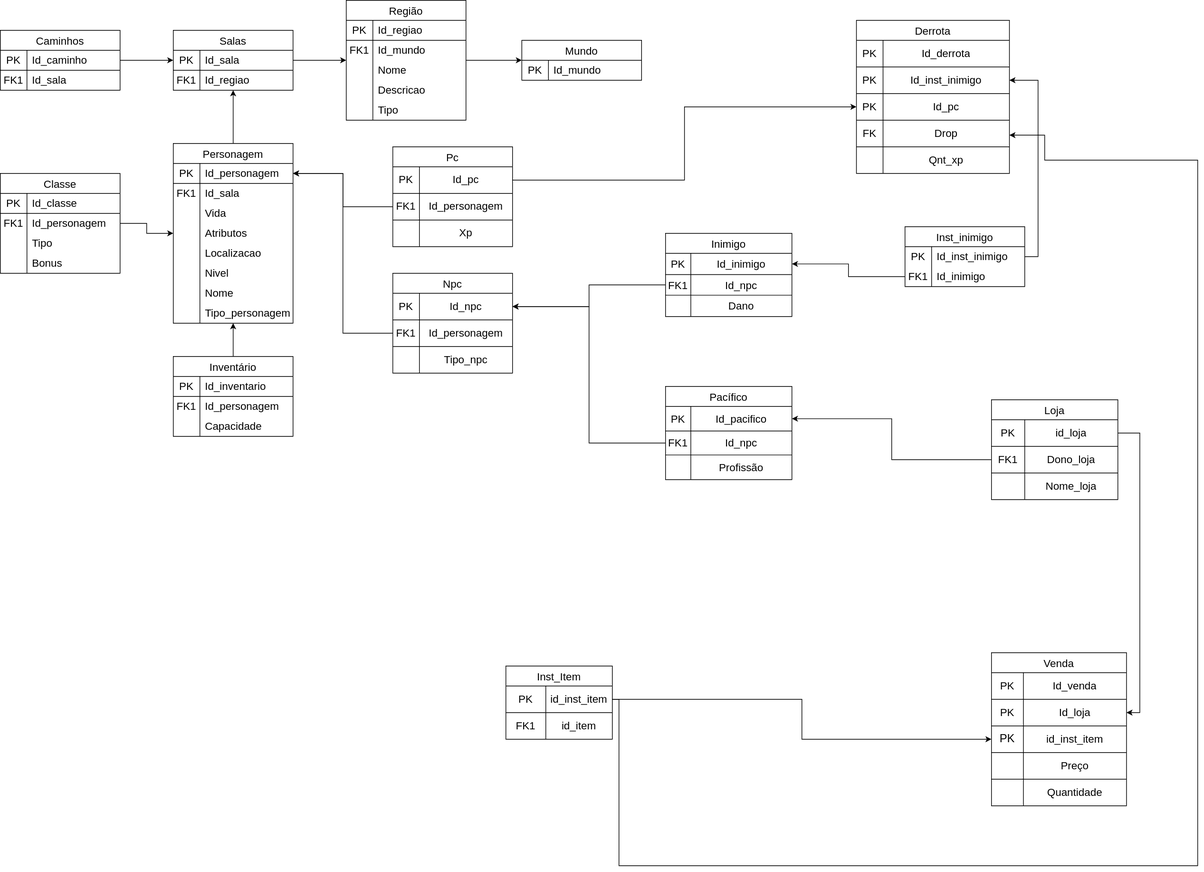
Before: docs/modulo_01/MER.drawio.svg, a diagram exported from draw.io (SBD1/2024.2-D-D-classico). Source tidied: cells renumbered, new cells last; positions are measured from the earlier drawing's top-left corner, leaving out a move shared by most shapes.
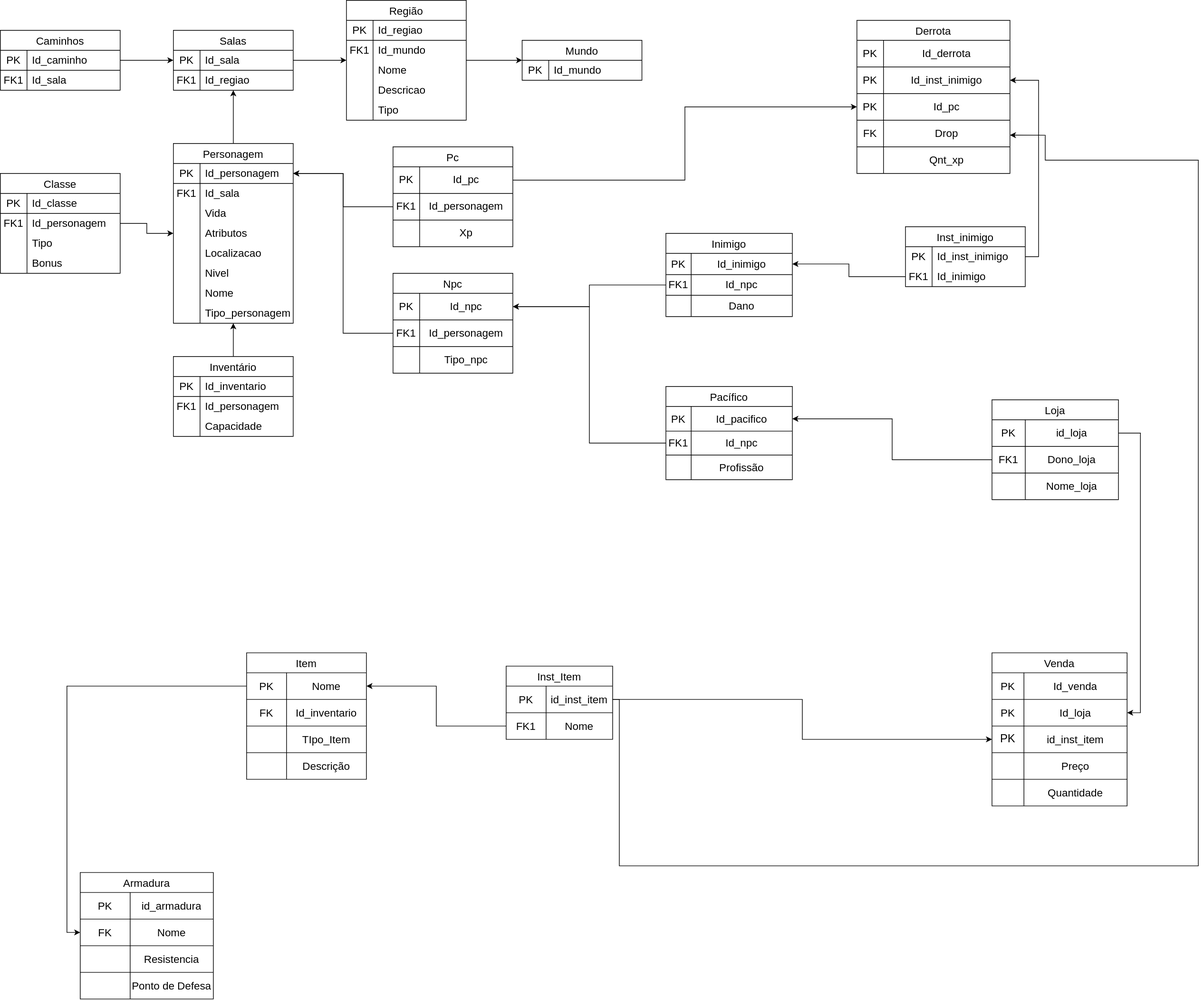
Later version of the same file.

Commit message:
Item tabela  MER.drawio.svg

The edit, as a diff of the source:
```diff
@@ -491,7 +491,7 @@
     <mxCell id="164" value="&lt;font style=&quot;font-size: 16px;&quot;&gt;FK1&lt;br&gt;&lt;/font&gt;" style="shape=partialRectangle;html=1;whiteSpace=wrap;strokeColor=inherit;overflow=hidden;fillColor=none;top=0;left=0;bottom=0;right=0;" parent="163" vertex="1">
       <mxGeometry width="60" height="40" as="geometry" />
     </mxCell>
-    <mxCell id="165" value="&lt;font style=&quot;font-size: 16px;&quot;&gt;id_item&lt;/font&gt;" style="shape=partialRectangle;html=1;whiteSpace=wrap;strokeColor=inherit;overflow=hidden;fillColor=none;top=0;left=0;bottom=0;right=0;" parent="163" vertex="1">
+    <mxCell id="165" value="&lt;font style=&quot;font-size: 16px;&quot;&gt;Nome&lt;br&gt;&lt;/font&gt;" style="shape=partialRectangle;html=1;whiteSpace=wrap;strokeColor=inherit;overflow=hidden;fillColor=none;top=0;left=0;bottom=0;right=0;" parent="163" vertex="1">
       <mxGeometry x="60" width="100" height="40" as="geometry" />
     </mxCell>
     <mxCell id="166" value="Venda" style="shape=table;startSize=30;fontSize=16;" parent="1" vertex="1">
@@ -614,5 +614,89 @@
         </Array>
       </mxGeometry>
     </mxCell>
+    <mxCell id="203" value="Item" style="shape=table;startSize=30;fontSize=16;" parent="1" vertex="1">
+      <mxGeometry x="370" y="980" width="180" height="190" as="geometry" />
+    </mxCell>
+    <mxCell id="204" style="shape=tableRow;horizontal=0;startSize=0;swimlaneHead=0;swimlaneBody=0;strokeColor=inherit;top=0;left=0;bottom=0;right=0;fillColor=none;points=[[0,0.5],[1,0.5]];portConstraint=eastwest;" parent="203" vertex="1">
+      <mxGeometry y="30" width="180" height="40" as="geometry" />
+    </mxCell>
+    <mxCell id="205" value="&lt;font style=&quot;font-size: 16px;&quot;&gt;PK&lt;/font&gt;" style="shape=partialRectangle;html=1;whiteSpace=wrap;strokeColor=inherit;overflow=hidden;fillColor=none;top=0;left=0;bottom=0;right=0;" parent="204" vertex="1">
+      <mxGeometry width="60" height="40" as="geometry" />
+    </mxCell>
+    <mxCell id="206" value="&lt;font style=&quot;font-size: 16px;&quot;&gt;Nome&lt;br&gt;&lt;/font&gt;" style="shape=partialRectangle;html=1;whiteSpace=wrap;strokeColor=inherit;overflow=hidden;fillColor=none;top=0;left=0;bottom=0;right=0;" parent="204" vertex="1">
+      <mxGeometry x="60" width="120" height="40" as="geometry" />
+    </mxCell>
+    <mxCell id="207" style="shape=tableRow;horizontal=0;startSize=0;swimlaneHead=0;swimlaneBody=0;strokeColor=inherit;top=0;left=0;bottom=0;right=0;fillColor=none;" parent="203" vertex="1">
+      <mxGeometry y="70" width="180" height="40" as="geometry" />
+    </mxCell>
+    <mxCell id="208" value="&lt;font style=&quot;font-size: 16px;&quot;&gt;FK&lt;/font&gt;" style="shape=partialRectangle;html=1;whiteSpace=wrap;strokeColor=inherit;overflow=hidden;fillColor=none;top=0;left=0;bottom=0;right=0;" parent="207" vertex="1">
+      <mxGeometry width="60" height="40" as="geometry" />
+    </mxCell>
+    <mxCell id="209" value="&lt;font style=&quot;font-size: 16px;&quot;&gt;Id_inventario&lt;/font&gt;" style="shape=partialRectangle;html=1;whiteSpace=wrap;strokeColor=inherit;overflow=hidden;fillColor=none;top=0;left=0;bottom=0;right=0;" parent="207" vertex="1">
+      <mxGeometry x="60" width="120" height="40" as="geometry" />
+    </mxCell>
+    <mxCell id="210" style="shape=tableRow;horizontal=0;startSize=0;swimlaneHead=0;swimlaneBody=0;strokeColor=inherit;top=0;left=0;bottom=0;right=0;fillColor=none;" parent="203" vertex="1">
+      <mxGeometry y="110" width="180" height="40" as="geometry" />
+    </mxCell>
+    <mxCell id="211" style="shape=partialRectangle;html=1;whiteSpace=wrap;strokeColor=inherit;overflow=hidden;fillColor=none;top=0;left=0;bottom=0;right=0;" parent="210" vertex="1">
+      <mxGeometry width="60" height="40" as="geometry" />
+    </mxCell>
+    <mxCell id="212" value="&lt;font style=&quot;font-size: 16px;&quot;&gt;TIpo_Item&lt;br&gt;&lt;/font&gt;" style="shape=partialRectangle;html=1;whiteSpace=wrap;strokeColor=inherit;overflow=hidden;fillColor=none;top=0;left=0;bottom=0;right=0;" parent="210" vertex="1">
+      <mxGeometry x="60" width="120" height="40" as="geometry" />
+    </mxCell>
+    <mxCell id="213" style="shape=tableRow;horizontal=0;startSize=0;swimlaneHead=0;swimlaneBody=0;strokeColor=inherit;top=0;left=0;bottom=0;right=0;fillColor=none;" parent="203" vertex="1">
+      <mxGeometry y="150" width="180" height="40" as="geometry" />
+    </mxCell>
+    <mxCell id="214" style="shape=partialRectangle;html=1;whiteSpace=wrap;strokeColor=inherit;overflow=hidden;fillColor=none;top=0;left=0;bottom=0;right=0;" parent="213" vertex="1">
+      <mxGeometry width="60" height="40" as="geometry" />
+    </mxCell>
+    <mxCell id="215" value="&lt;font style=&quot;font-size: 16px;&quot;&gt;Descrição&lt;/font&gt;" style="shape=partialRectangle;html=1;whiteSpace=wrap;strokeColor=inherit;overflow=hidden;fillColor=none;top=0;left=0;bottom=0;right=0;" parent="213" vertex="1">
+      <mxGeometry x="60" width="120" height="40" as="geometry" />
+    </mxCell>
+    <mxCell id="216" style="edgeStyle=orthogonalEdgeStyle;rounded=0;jettySize=auto;html=1;entryX=1;entryY=0.5;entryDx=0;entryDy=0;" parent="1" edge="1" source="163" target="204">
+      <mxGeometry relative="1" as="geometry" />
+    </mxCell>
+    <mxCell id="217" value="Armadura" style="shape=table;startSize=30;fontSize=16;" parent="1" vertex="1">
+      <mxGeometry x="120" y="1310" width="200" height="190" as="geometry" />
+    </mxCell>
+    <mxCell id="218" style="shape=tableRow;horizontal=0;startSize=0;swimlaneHead=0;swimlaneBody=0;strokeColor=inherit;top=0;left=0;bottom=0;right=0;fillColor=none;" parent="217" vertex="1">
+      <mxGeometry y="30" width="200" height="40" as="geometry" />
+    </mxCell>
+    <mxCell id="219" value="&lt;font style=&quot;font-size: 16px;&quot;&gt;PK&lt;/font&gt;" style="shape=partialRectangle;html=1;whiteSpace=wrap;strokeColor=inherit;overflow=hidden;fillColor=none;top=0;left=0;bottom=0;right=0;" parent="218" vertex="1">
+      <mxGeometry width="75" height="40" as="geometry" />
+    </mxCell>
+    <mxCell id="220" value="&lt;font style=&quot;font-size: 16px;&quot;&gt;id_armadura&lt;/font&gt;" style="shape=partialRectangle;html=1;whiteSpace=wrap;strokeColor=inherit;overflow=hidden;fillColor=none;top=0;left=0;bottom=0;right=0;" parent="218" vertex="1">
+      <mxGeometry x="75" width="125" height="40" as="geometry" />
+    </mxCell>
+    <mxCell id="221" style="shape=tableRow;horizontal=0;startSize=0;swimlaneHead=0;swimlaneBody=0;strokeColor=inherit;top=0;left=0;bottom=0;right=0;fillColor=none;points=[[0,0.5],[1,0.5]];portConstraint=eastwest;" parent="217" vertex="1">
+      <mxGeometry y="70" width="200" height="40" as="geometry" />
+    </mxCell>
+    <mxCell id="222" value="&lt;font style=&quot;font-size: 16px;&quot;&gt;FK&lt;/font&gt;" style="shape=partialRectangle;html=1;whiteSpace=wrap;strokeColor=inherit;overflow=hidden;fillColor=none;top=0;left=0;bottom=0;right=0;" parent="221" vertex="1">
+      <mxGeometry width="75" height="40" as="geometry" />
+    </mxCell>
+    <mxCell id="223" value="&lt;font style=&quot;font-size: 16px;&quot;&gt;Nome&lt;br&gt;&lt;/font&gt;" style="shape=partialRectangle;html=1;whiteSpace=wrap;strokeColor=inherit;overflow=hidden;fillColor=none;top=0;left=0;bottom=0;right=0;" parent="221" vertex="1">
+      <mxGeometry x="75" width="125" height="40" as="geometry" />
+    </mxCell>
+    <mxCell id="224" style="shape=tableRow;horizontal=0;startSize=0;swimlaneHead=0;swimlaneBody=0;strokeColor=inherit;top=0;left=0;bottom=0;right=0;fillColor=none;" parent="217" vertex="1">
+      <mxGeometry y="110" width="200" height="40" as="geometry" />
+    </mxCell>
+    <mxCell id="225" style="shape=partialRectangle;html=1;whiteSpace=wrap;strokeColor=inherit;overflow=hidden;fillColor=none;top=0;left=0;bottom=0;right=0;" parent="224" vertex="1">
+      <mxGeometry width="75" height="40" as="geometry" />
+    </mxCell>
+    <mxCell id="226" value="&lt;font style=&quot;font-size: 16px;&quot;&gt;Resistencia&lt;/font&gt;" style="shape=partialRectangle;html=1;whiteSpace=wrap;strokeColor=inherit;overflow=hidden;fillColor=none;top=0;left=0;bottom=0;right=0;" parent="224" vertex="1">
+      <mxGeometry x="75" width="125" height="40" as="geometry" />
+    </mxCell>
+    <mxCell id="227" style="shape=tableRow;horizontal=0;startSize=0;swimlaneHead=0;swimlaneBody=0;strokeColor=inherit;top=0;left=0;bottom=0;right=0;fillColor=none;" parent="217" vertex="1">
+      <mxGeometry y="150" width="200" height="40" as="geometry" />
+    </mxCell>
+    <mxCell id="228" style="shape=partialRectangle;html=1;whiteSpace=wrap;strokeColor=inherit;overflow=hidden;fillColor=none;top=0;left=0;bottom=0;right=0;" parent="227" vertex="1">
+      <mxGeometry width="75" height="40" as="geometry" />
+    </mxCell>
+    <mxCell id="229" value="&lt;font style=&quot;font-size: 16px;&quot;&gt;Ponto de Defesa&lt;br&gt;&lt;/font&gt;" style="shape=partialRectangle;html=1;whiteSpace=wrap;strokeColor=inherit;overflow=hidden;fillColor=none;top=0;left=0;bottom=0;right=0;" parent="227" vertex="1">
+      <mxGeometry x="75" width="125" height="40" as="geometry" />
+    </mxCell>
+    <mxCell id="230" style="edgeStyle=orthogonalEdgeStyle;rounded=0;jettySize=auto;html=1;entryX=0;entryY=0.5;entryDx=0;entryDy=0;" parent="1" edge="1" source="204" target="221">
+      <mxGeometry relative="1" as="geometry" />
+    </mxCell>
   </root>
 </mxGraphModel>
```
